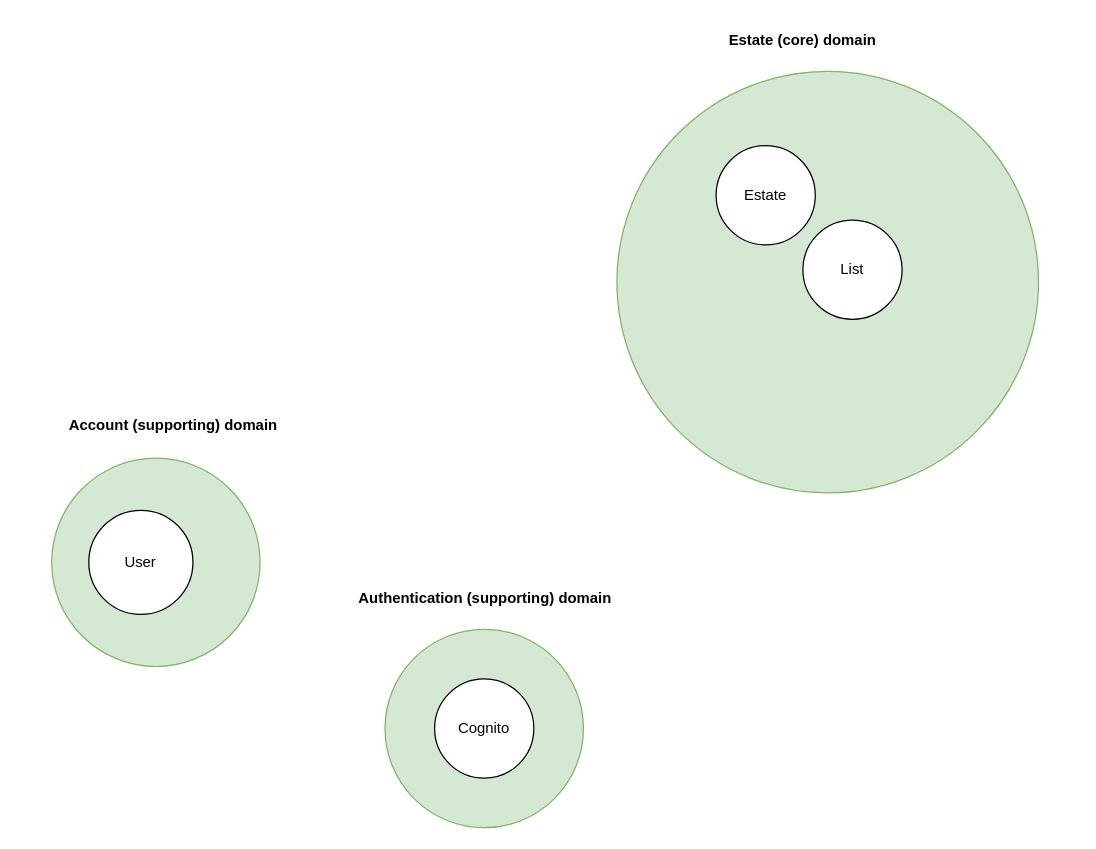
Before: docs/diagrams/context-map.drawio in michael-codesjs/neumba, a draw.io diagram. Source tidied: cells renumbered, new cells numbered last; positions are measured from the earlier drawing's top-left corner, leaving out a move shared by most shapes. Both pictures are drawn from the tidied source at 124%, with x=0, y=0 at pixel (21, 21).
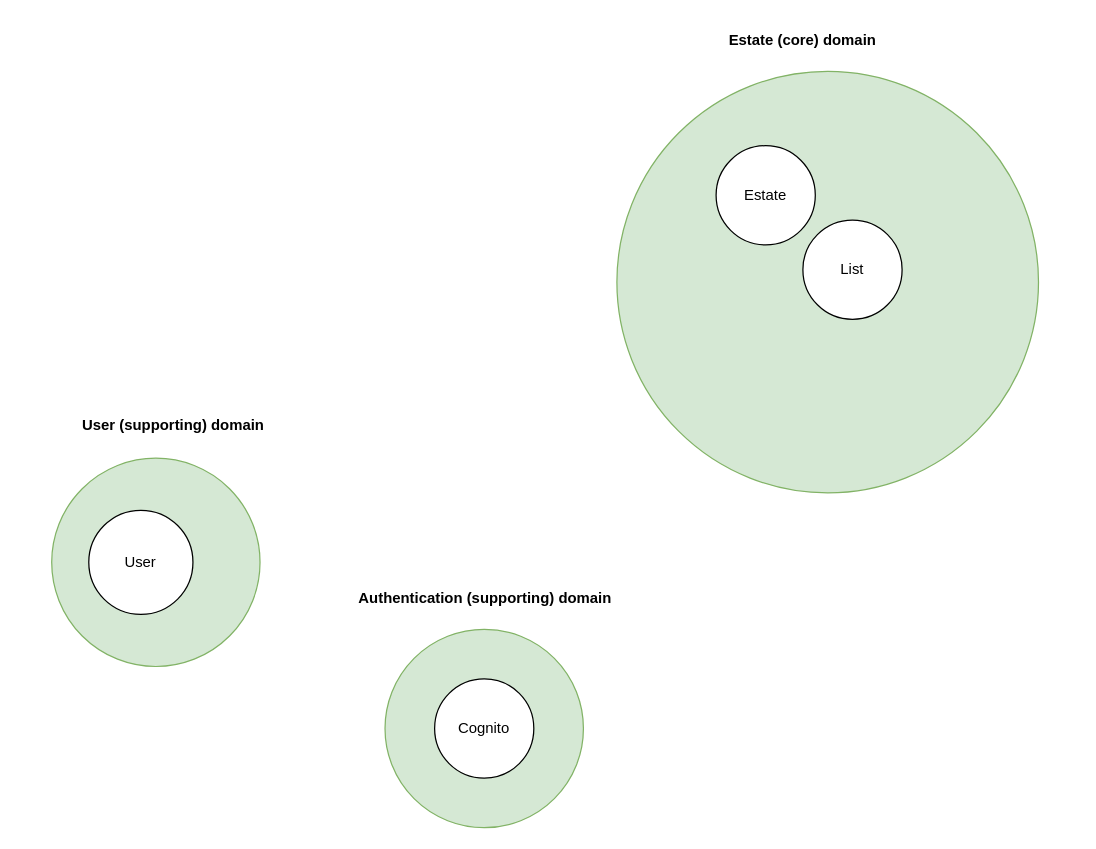
Above is the later version.

Diff of the diagram source:
```diff
@@
 <mxGraphModel>
   <root>
     <mxCell id="0" />
     <mxCell id="1" parent="0" />
     <mxCell id="2" style="group;" parent="1" vertex="1">
       <mxGeometry y="310" width="230" height="210" as="geometry" />
     </mxCell>
-    <mxCell id="3" value="&lt;b&gt;Account (supporting) domain&lt;/b&gt;" style="text;html=1;strokeColor=none;fillColor=none;align=center;verticalAlign=middle;whiteSpace=wrap;rounded=0;" parent="2" vertex="1">
+    <mxCell id="3" value="&lt;b&gt;User (supporting) domain&lt;/b&gt;" style="text;html=1;strokeColor=none;fillColor=none;align=center;verticalAlign=middle;whiteSpace=wrap;rounded=0;" parent="2" vertex="1">
       <mxGeometry x="13.5" width="216.5" height="31.5" as="geometry" />
     </mxCell>
     <mxCell id="4" style="group;" parent="2" vertex="1">
       <mxGeometry y="42" width="216.5" height="168" as="geometry" />
     </mxCell>
     <mxCell id="5" style="ellipse;whiteSpace=wrap;html=1;fillColor=#d5e8d4;strokeColor=#82b366;" parent="4" vertex="1">
       <mxGeometry x="24.2" width="168" height="168" as="geometry" />
     </mxCell>
     <mxCell id="6" value="User" style="ellipse;whiteSpace=wrap;html=1;" parent="4" vertex="1">
       <mxGeometry x="54.1" y="42" width="84" height="84" as="geometry" />
     </mxCell>
     <mxCell id="7" style="group;" parent="1" vertex="1">
       <mxGeometry x="260" y="450" width="230" height="200" as="geometry" />
     </mxCell>
     <mxCell id="8" value="&lt;b&gt;Authentication (supporting) domain&lt;/b&gt;" style="text;html=1;strokeColor=none;fillColor=none;align=center;verticalAlign=middle;whiteSpace=wrap;rounded=0;" parent="7" vertex="1">
       <mxGeometry x="4" width="220" height="30" as="geometry" />
     </mxCell>
     <mxCell id="9" style="group;" parent="7" vertex="1">
       <mxGeometry x="33" y="40" width="160" height="160" as="geometry" />
     </mxCell>
     <mxCell id="10" style="ellipse;whiteSpace=wrap;html=1;fillColor=#d5e8d4;strokeColor=#82b366;" parent="9" vertex="1">
       <mxGeometry width="160" height="160" as="geometry" />
     </mxCell>
     <mxCell id="11" value="Cognito" style="ellipse;whiteSpace=wrap;html=1;" parent="9" vertex="1">
       <mxGeometry x="40" y="40" width="80" height="80" as="geometry" />
     </mxCell>
     <mxCell id="12" style="group;" parent="1" vertex="1">
       <mxGeometry x="510" y="40" width="340" height="340" as="geometry" />
     </mxCell>
     <mxCell id="13" style="ellipse;whiteSpace=wrap;html=1;fillColor=#d5e8d4;strokeColor=#82b366;" parent="12" vertex="1">
       <mxGeometry x="-30" width="340" height="340" as="geometry" />
     </mxCell>
     <mxCell id="14" value="Estate" style="ellipse;whiteSpace=wrap;html=1;" parent="12" vertex="1">
       <mxGeometry x="50" y="60" width="80" height="80" as="geometry" />
     </mxCell>
     <mxCell id="15" value="List" style="ellipse;whiteSpace=wrap;html=1;" parent="12" vertex="1">
       <mxGeometry x="120" y="120" width="80" height="80" as="geometry" />
     </mxCell>
     <mxCell id="16" value="&lt;b&gt;Estate (core) domain&lt;/b&gt;" style="text;html=1;strokeColor=none;fillColor=none;align=center;verticalAlign=middle;whiteSpace=wrap;rounded=0;" parent="1" vertex="1">
       <mxGeometry x="560" width="140" height="30" as="geometry" />
     </mxCell>
   </root>
 </mxGraphModel>
```
